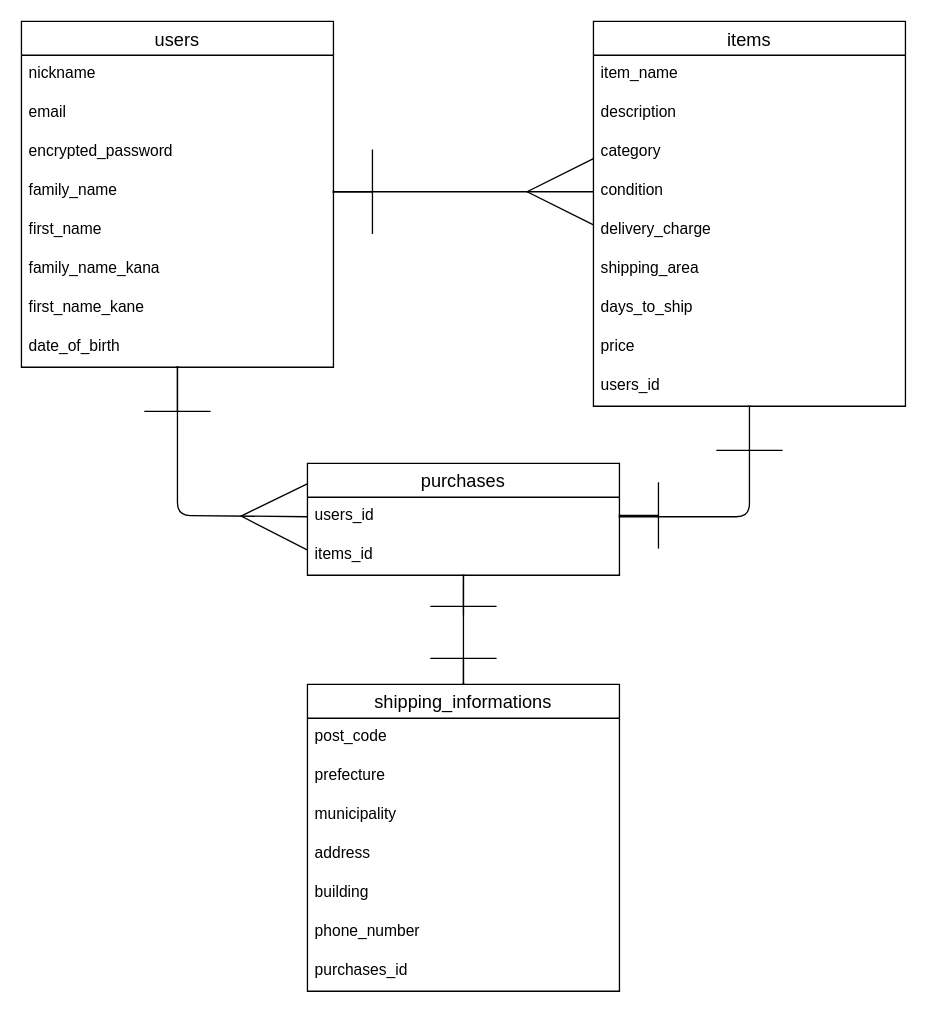
The draw.io diagram furima.dio in shuichis929/furima-38456, before the edit. Source tidied: cells renumbered, new cells numbered last; positions are measured from the earlier drawing's top-left corner, leaving out a move shared by most shapes. Both pictures are drawn from the tidied source at 130%, with x=0, y=0 at pixel (21, 21).
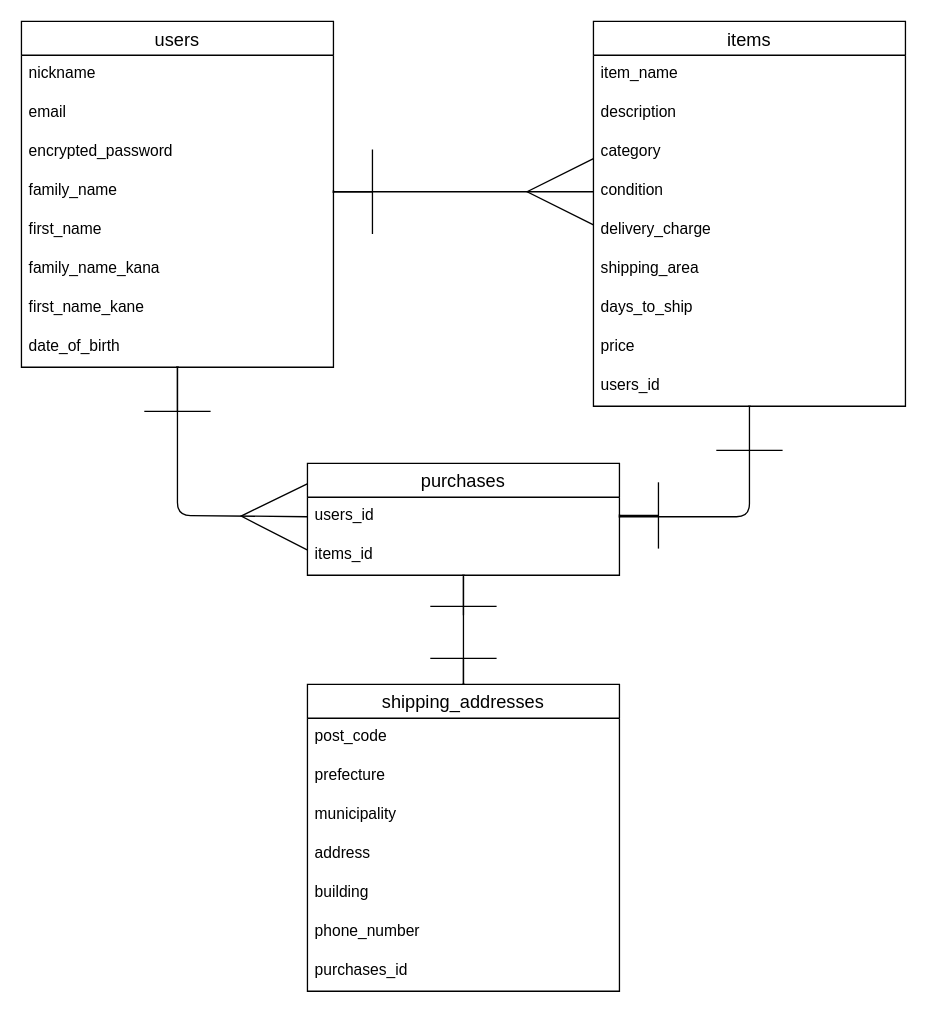
The same diagram, later.

Change to the diagram source:
```diff
@@
-    <mxCell id="33" value="shipping_informations" style="swimlane;fontStyle=0;horizontal=1;startSize=26;align=center;fontSize=14;labelBorderColor=none;fillColor=default;strokeColor=default;" parent="1" vertex="1">
+    <mxCell id="33" value="shipping_addresses" style="swimlane;fontStyle=0;horizontal=1;startSize=26;align=center;fontSize=14;labelBorderColor=none;fillColor=default;strokeColor=default;" parent="1" vertex="1">
       <mxGeometry x="220" y="510" width="240" height="236" as="geometry" />
     </mxCell>
```
